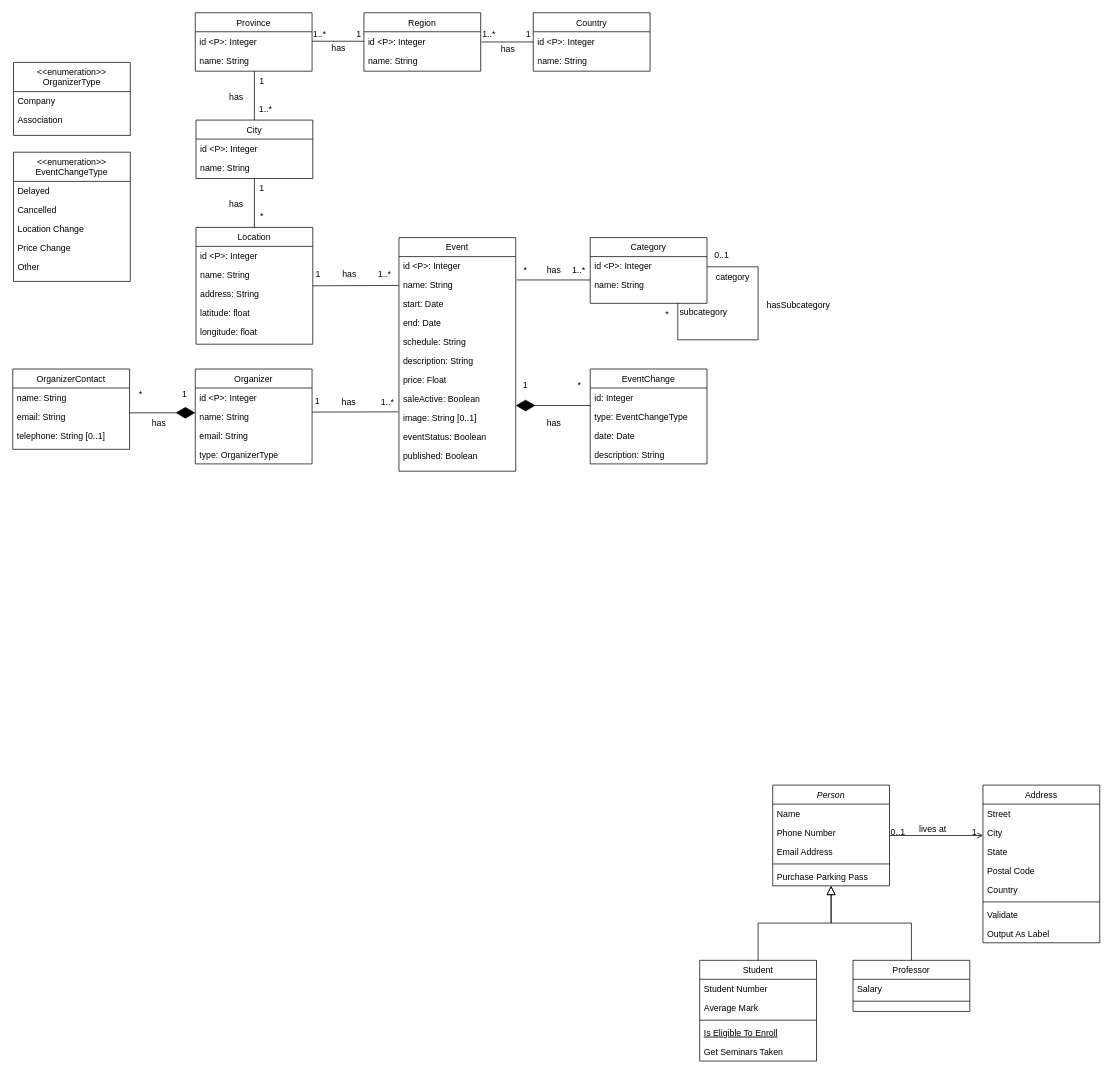
Above: conceptual-diagram.drawio in danielpilot/event-database (draw.io), before the change. Source tidied: cells renumbered, new cells numbered last; positions are measured from the earlier drawing's top-left corner, leaving out a move shared by most shapes. Both pictures are drawn from the tidied source at 73%, with x=0, y=0 at pixel (12, 12).
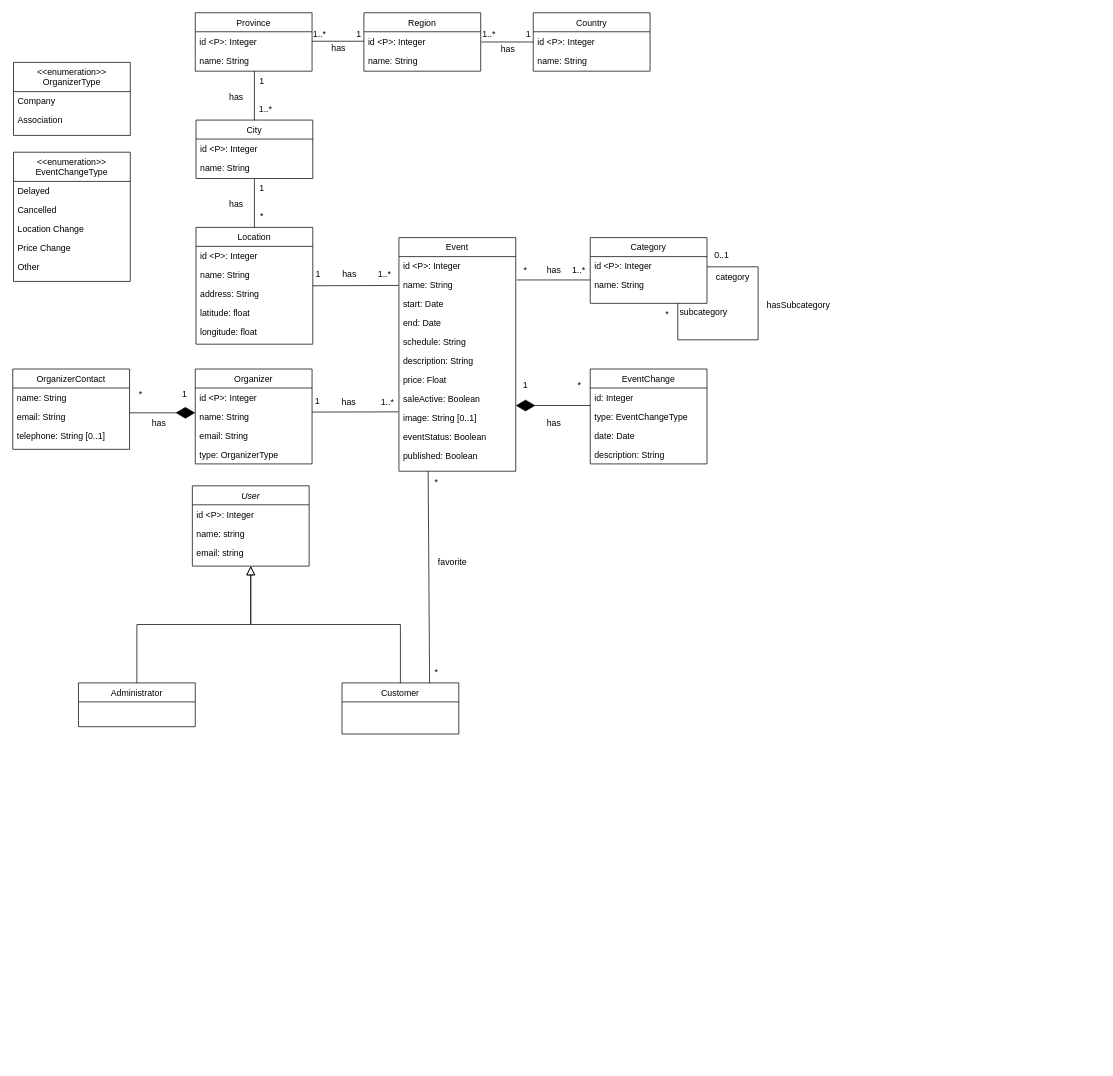
The same diagram, later.

Commit message:
Start working on User entities and relationships

Unchanged cells that the change refers to:
```xml
<mxCell id="32" value="Event" style="swimlane;fontStyle=0;align=center;verticalAlign=top;horizontal=1;startSize=26;rounded=0;shadow=0;strokeWidth=1;" parent="1" vertex="1">
  <mxGeometry x="529" y="308" width="160" height="320" as="geometry" />
</mxCell>
```

What changed in the source:
```diff
@@
-    <mxCell id="2" value="Person" style="swimlane;fontStyle=2;align=center;verticalAlign=top;horizontal=1;startSize=26;rounded=0;shadow=0;strokeWidth=1;" parent="1" vertex="1">
-      <mxGeometry x="1041" y="1058" width="160" height="138" as="geometry" />
+    <mxCell id="2" value="User" style="swimlane;fontStyle=2;align=center;verticalAlign=top;horizontal=1;startSize=26;rounded=0;shadow=0;strokeWidth=1;" parent="1" vertex="1">
+      <mxGeometry x="246" y="648" width="160" height="110" as="geometry" />
     </mxCell>
-    <mxCell id="3" value="Name" style="text;align=left;verticalAlign=top;spacingLeft=4;spacingRight=4;overflow=hidden;" parent="2" vertex="1">
+    <mxCell id="3" value="id &lt;P&gt;: Integer" style="text;align=left;verticalAlign=top;spacingLeft=4;spacingRight=4;overflow=hidden;" parent="2" vertex="1">
       <mxGeometry y="26" width="160" height="26" as="geometry" />
     </mxCell>
-    <mxCell id="4" value="Phone Number" style="text;align=left;verticalAlign=top;spacingLeft=4;spacingRight=4;overflow=hidden;rounded=0;shadow=0;html=0;" parent="2" vertex="1">
+    <mxCell id="4" value="name: string" style="text;align=left;verticalAlign=top;spacingLeft=4;spacingRight=4;overflow=hidden;rounded=0;shadow=0;html=0;" parent="2" vertex="1">
       <mxGeometry y="52" width="160" height="26" as="geometry" />
     </mxCell>
-    <mxCell id="5" value="Email Address" style="text;align=left;verticalAlign=top;spacingLeft=4;spacingRight=4;overflow=hidden;rounded=0;shadow=0;html=0;" parent="2" vertex="1">
+    <mxCell id="5" value="email: string" style="text;align=left;verticalAlign=top;spacingLeft=4;spacingRight=4;overflow=hidden;rounded=0;shadow=0;html=0;" parent="2" vertex="1">
       <mxGeometry y="78" width="160" height="26" as="geometry" />
     </mxCell>
-    <mxCell id="6" style="line;html=1;strokeWidth=1;align=left;verticalAlign=middle;spacingTop=-1;spacingLeft=3;spacingRight=3;labelPosition=right;" parent="2" vertex="1">
-      <mxGeometry y="104" width="160" height="8" as="geometry" />
-    </mxCell>
-    <mxCell id="7" value="Purchase Parking Pass" style="text;align=left;verticalAlign=top;spacingLeft=4;spacingRight=4;overflow=hidden;" parent="2" vertex="1">
-      <mxGeometry y="112" width="160" height="26" as="geometry" />
-    </mxCell>
-    <mxCell id="8" value="Student" style="swimlane;fontStyle=0;align=center;verticalAlign=top;horizontal=1;startSize=26;rounded=0;shadow=0;strokeWidth=1;" parent="1" vertex="1">
-      <mxGeometry x="941" y="1298" width="160" height="138" as="geometry" />
+    <mxCell id="8" value="Administrator" style="swimlane;fontStyle=0;align=center;verticalAlign=top;horizontal=1;startSize=26;rounded=0;shadow=0;strokeWidth=1;" parent="1" vertex="1">
+      <mxGeometry x="90" y="918" width="160" height="60" as="geometry" />
     </mxCell>
-    <mxCell id="9" value="Student Number" style="text;align=left;verticalAlign=top;spacingLeft=4;spacingRight=4;overflow=hidden;" parent="8" vertex="1">
-      <mxGeometry y="26" width="160" height="26" as="geometry" />
-    </mxCell>
-    <mxCell id="10" value="Average Mark" style="text;align=left;verticalAlign=top;spacingLeft=4;spacingRight=4;overflow=hidden;rounded=0;shadow=0;html=0;" parent="8" vertex="1">
-      <mxGeometry y="52" width="160" height="26" as="geometry" />
-    </mxCell>
-    <mxCell id="11" style="line;html=1;strokeWidth=1;align=left;verticalAlign=middle;spacingTop=-1;spacingLeft=3;spacingRight=3;labelPosition=right;" parent="8" vertex="1">
-      <mxGeometry y="78" width="160" height="8" as="geometry" />
-    </mxCell>
-    <mxCell id="12" value="Is Eligible To Enroll" style="text;align=left;verticalAlign=top;spacingLeft=4;spacingRight=4;overflow=hidden;fontStyle=4;" parent="8" vertex="1">
-      <mxGeometry y="86" width="160" height="26" as="geometry" />
-    </mxCell>
-    <mxCell id="13" value="Get Seminars Taken" style="text;align=left;verticalAlign=top;spacingLeft=4;spacingRight=4;overflow=hidden;" parent="8" vertex="1">
-      <mxGeometry y="112" width="160" height="26" as="geometry" />
-    </mxCell>
@@
-    <mxCell id="15" value="Professor" style="swimlane;fontStyle=0;align=center;verticalAlign=top;horizontal=1;startSize=26;rounded=0;shadow=0;strokeWidth=1;" parent="1" vertex="1">
-      <mxGeometry x="1151" y="1298" width="160" height="70" as="geometry" />
+    <mxCell id="15" value="Customer" style="swimlane;fontStyle=0;align=center;verticalAlign=top;horizontal=1;startSize=26;rounded=0;shadow=0;strokeWidth=1;" parent="1" vertex="1">
+      <mxGeometry x="451" y="918" width="160" height="70" as="geometry" />
     </mxCell>
-    <mxCell id="16" value="Salary" style="text;align=left;verticalAlign=top;spacingLeft=4;spacingRight=4;overflow=hidden;" parent="15" vertex="1">
-      <mxGeometry y="26" width="160" height="26" as="geometry" />
-    </mxCell>
-    <mxCell id="17" style="line;html=1;strokeWidth=1;align=left;verticalAlign=middle;spacingTop=-1;spacingLeft=3;spacingRight=3;labelPosition=right;" parent="15" vertex="1">
-      <mxGeometry y="52" width="160" height="8" as="geometry" />
-    </mxCell>
@@
-    <mxCell id="19" value="Address" style="swimlane;fontStyle=0;align=center;verticalAlign=top;horizontal=1;startSize=26;rounded=0;shadow=0;strokeWidth=1;" parent="1" vertex="1">
-      <mxGeometry x="1329" y="1058" width="160" height="216" as="geometry" />
-    </mxCell>
-    <mxCell id="20" value="Street" style="text;align=left;verticalAlign=top;spacingLeft=4;spacingRight=4;overflow=hidden;" parent="19" vertex="1">
-      <mxGeometry y="26" width="160" height="26" as="geometry" />
-    </mxCell>
-    <mxCell id="21" value="City" style="text;align=left;verticalAlign=top;spacingLeft=4;spacingRight=4;overflow=hidden;rounded=0;shadow=0;html=0;" parent="19" vertex="1">
-      <mxGeometry y="52" width="160" height="26" as="geometry" />
-    </mxCell>
-    <mxCell id="22" value="State" style="text;align=left;verticalAlign=top;spacingLeft=4;spacingRight=4;overflow=hidden;rounded=0;shadow=0;html=0;" parent="19" vertex="1">
-      <mxGeometry y="78" width="160" height="26" as="geometry" />
-    </mxCell>
-    <mxCell id="23" value="Postal Code" style="text;align=left;verticalAlign=top;spacingLeft=4;spacingRight=4;overflow=hidden;rounded=0;shadow=0;html=0;" parent="19" vertex="1">
-      <mxGeometry y="104" width="160" height="26" as="geometry" />
-    </mxCell>
-    <mxCell id="24" value="Country" style="text;align=left;verticalAlign=top;spacingLeft=4;spacingRight=4;overflow=hidden;rounded=0;shadow=0;html=0;" parent="19" vertex="1">
-      <mxGeometry y="130" width="160" height="26" as="geometry" />
-    </mxCell>
-    <mxCell id="25" style="line;html=1;strokeWidth=1;align=left;verticalAlign=middle;spacingTop=-1;spacingLeft=3;spacingRight=3;labelPosition=right;" parent="19" vertex="1">
-      <mxGeometry y="156" width="160" height="8" as="geometry" />
-    </mxCell>
-    <mxCell id="26" value="Validate" style="text;align=left;verticalAlign=top;spacingLeft=4;spacingRight=4;overflow=hidden;" parent="19" vertex="1">
-      <mxGeometry y="164" width="160" height="26" as="geometry" />
-    </mxCell>
-    <mxCell id="27" value="Output As Label" style="text;align=left;verticalAlign=top;spacingLeft=4;spacingRight=4;overflow=hidden;" parent="19" vertex="1">
-      <mxGeometry y="190" width="160" height="26" as="geometry" />
-    </mxCell>
-    <mxCell id="28" style="endArrow=open;shadow=0;strokeWidth=1;rounded=0;curved=0;endFill=1;edgeStyle=elbowEdgeStyle;elbow=vertical;" parent="1" edge="1" source="2" target="19">
-      <mxGeometry x="0.5" y="41" relative="1" as="geometry">
-        <mxPoint x="-40" y="32" as="offset" />
-      </mxGeometry>
-    </mxCell>
-    <mxCell id="29" value="0..1" style="align=left;verticalAlign=bottom;labelBackgroundColor=none;fontSize=12;" parent="28" vertex="1">
-      <mxGeometry x="-1" relative="1" as="geometry">
-        <mxPoint y="4" as="offset" />
-      </mxGeometry>
-    </mxCell>
-    <mxCell id="30" value="1" style="align=right;verticalAlign=bottom;labelBackgroundColor=none;fontSize=12;" parent="28" vertex="1">
-      <mxGeometry x="1" relative="1" as="geometry">
-        <mxPoint x="-7" y="4" as="offset" />
-      </mxGeometry>
-    </mxCell>
-    <mxCell id="31" value="lives at" style="text;html=1;align=center;verticalAlign=middle;labelBackgroundColor=none;rounded=0;shadow=0;strokeWidth=1;fontSize=12;" parent="28" vertex="1">
-      <mxGeometry x="0.5" y="49" relative="1" as="geometry">
-        <mxPoint x="-38" y="40" as="offset" />
-      </mxGeometry>
-    </mxCell>
@@
+    <mxCell id="133" style="endArrow=none;html=1;rounded=0;entryX=0.25;entryY=1;entryDx=0;entryDy=0;exitX=0.75;exitY=0;exitDx=0;exitDy=0;" parent="1" edge="1" source="15" target="32">
+      <mxGeometry relative="1" as="geometry" />
+    </mxCell>
+    <mxCell id="134" value="*" style="text;html=1;align=center;verticalAlign=middle;strokeColor=none;fillColor=none;" parent="1" vertex="1">
+      <mxGeometry x="565" y="628" width="30" height="30" as="geometry" />
+    </mxCell>
+    <mxCell id="135" value="*" style="text;html=1;align=center;verticalAlign=middle;strokeColor=none;fillColor=none;" parent="1" vertex="1">
+      <mxGeometry x="565" y="888" width="30" height="30" as="geometry" />
+    </mxCell>
+    <mxCell id="136" value="favorite" style="text;html=1;align=center;verticalAlign=middle;strokeColor=none;fillColor=none;" parent="1" vertex="1">
+      <mxGeometry x="572" y="738" width="60" height="30" as="geometry" />
+    </mxCell>
```
